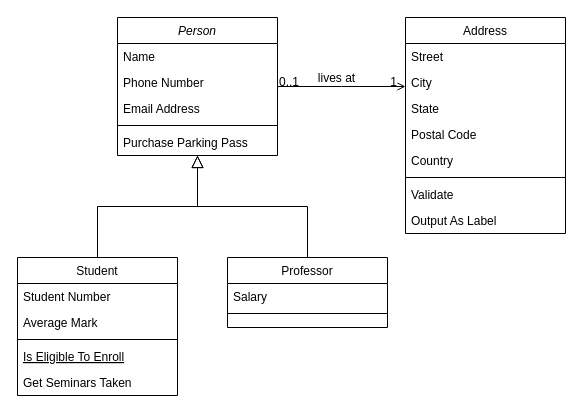
Earlier version of the draw.io diagram Diagrama sin título.drawio (CAC23319-G17/tpintegrador). Source tidied: cells renumbered, new cells numbered last; positions are measured from the earlier drawing's top-left corner, leaving out a move shared by most shapes. Both pictures are drawn from the tidied source at 100%, with x=0, y=0 at pixel (17, 17).
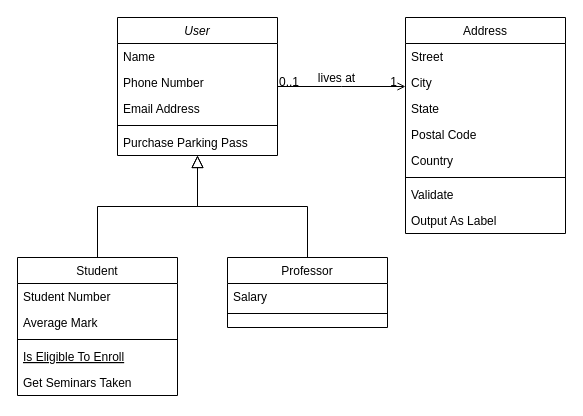
The same diagram, later.

The edit, as a diff of the source:
```diff
@@
-    <mxCell id="2" value="Person" style="swimlane;fontStyle=2;align=center;verticalAlign=top;horizontal=1;startSize=26;rounded=0;shadow=0;strokeWidth=1;" parent="1" vertex="1">
+    <mxCell id="2" value="User&#10;" style="swimlane;fontStyle=2;align=center;verticalAlign=top;horizontal=1;startSize=26;rounded=0;shadow=0;strokeWidth=1;" parent="1" vertex="1">
       <mxGeometry x="100" width="160" height="138" as="geometry" />
     </mxCell>
```
